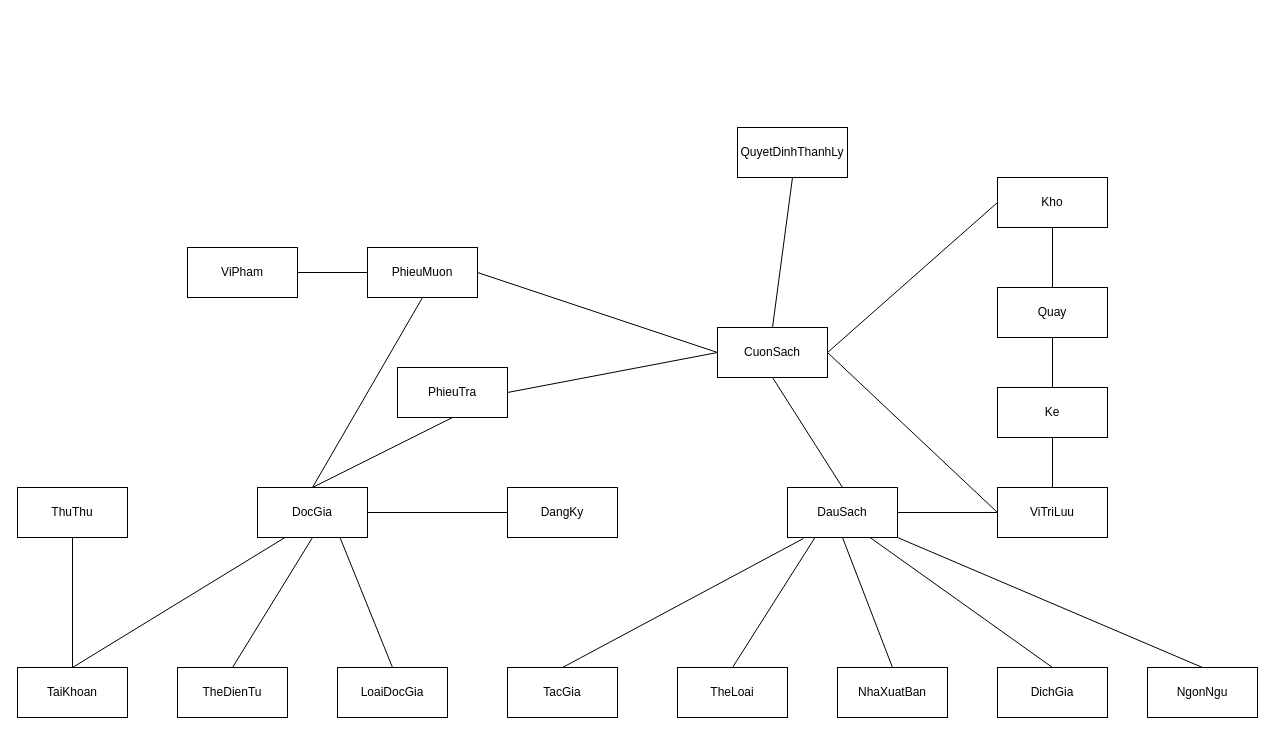
This is conceptualModel.drawio from TrinhHoa-23520508/class-diagram, a draw.io file, before an edit. Source tidied: cells renumbered, new cells numbered last; positions are measured from the earlier drawing's top-left corner, leaving out a move shared by most shapes. Both pictures are drawn from the tidied source at 100%, with x=0, y=0 at pixel (17, 127).
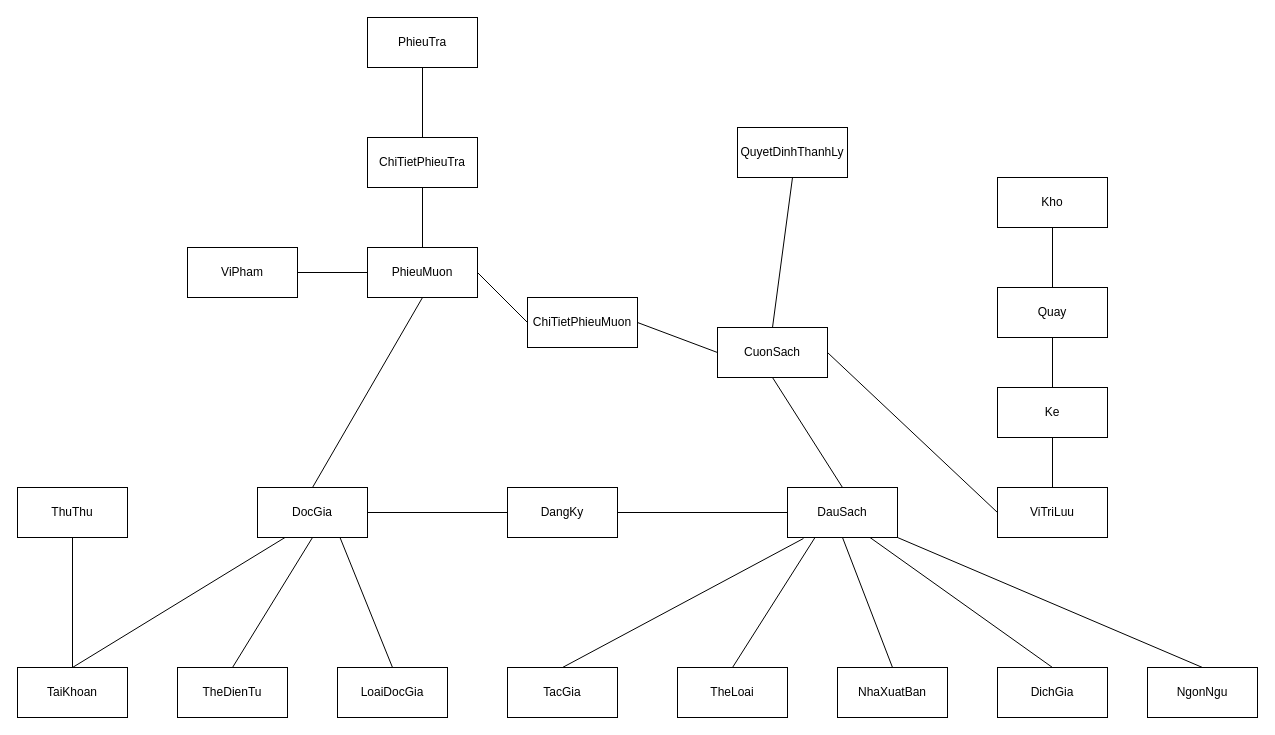
The same page after the edit.

Unchanged cells that the change refers to:
```xml
<mxCell id="3" value="DocGia" style="html=1;whiteSpace=wrap;" parent="1" vertex="1">
  <mxGeometry x="240" y="360" width="110" height="50" as="geometry" />
</mxCell>
<mxCell id="11" value="DauSach" style="html=1;whiteSpace=wrap;" parent="1" vertex="1">
  <mxGeometry x="770" y="360" width="110" height="50" as="geometry" />
</mxCell>
<mxCell id="12" value="CuonSach" style="html=1;whiteSpace=wrap;" parent="1" vertex="1">
  <mxGeometry x="700" y="200" width="110" height="50" as="geometry" />
</mxCell>
<mxCell id="18" value="Kho" style="html=1;whiteSpace=wrap;" parent="1" vertex="1">
  <mxGeometry x="980" y="50" width="110" height="50" as="geometry" />
</mxCell>
<mxCell id="19" value="ViTriLuu" style="html=1;whiteSpace=wrap;" parent="1" vertex="1">
  <mxGeometry x="980" y="360" width="110" height="50" as="geometry" />
</mxCell>
<mxCell id="22" value="PhieuMuon" style="html=1;whiteSpace=wrap;" parent="1" vertex="1">
  <mxGeometry x="350" y="120" width="110" height="50" as="geometry" />
</mxCell>
<mxCell id="24" value="DangKy" style="html=1;whiteSpace=wrap;" parent="1" vertex="1">
  <mxGeometry x="490" y="360" width="110" height="50" as="geometry" />
</mxCell>
```

What changed in the source:
```diff
@@
     <mxCell id="23" value="PhieuTra" style="html=1;whiteSpace=wrap;" parent="1" vertex="1">
-      <mxGeometry x="380" y="240" width="110" height="50" as="geometry" />
+      <mxGeometry x="350" y="-110" width="110" height="50" as="geometry" />
     </mxCell>
@@
-    <mxCell id="30" style="endArrow=none;html=1;rounded=0;exitX=0.5;exitY=0;exitDx=0;exitDy=0;entryX=0.5;entryY=1;entryDx=0;entryDy=0;" parent="1" edge="1" source="3" target="23">
-      <mxGeometry relative="1" as="geometry" />
-    </mxCell>
-    <mxCell id="31" style="endArrow=none;html=1;rounded=0;exitX=1;exitY=0.5;exitDx=0;exitDy=0;entryX=0;entryY=0.5;entryDx=0;entryDy=0;" parent="1" edge="1" source="22" target="12">
+    <mxCell id="31" style="endArrow=none;html=1;rounded=0;exitX=1;exitY=0.5;exitDx=0;exitDy=0;entryX=0;entryY=0.5;entryDx=0;entryDy=0;" parent="1" edge="1" source="22" target="48">
       <mxGeometry relative="1" as="geometry" />
     </mxCell>
-    <mxCell id="32" style="endArrow=none;html=1;rounded=0;exitX=1;exitY=0.5;exitDx=0;exitDy=0;entryX=0;entryY=0.5;entryDx=0;entryDy=0;" parent="1" edge="1" source="23" target="12">
-      <mxGeometry relative="1" as="geometry" />
-    </mxCell>
@@
-    <mxCell id="44" style="endArrow=none;html=1;rounded=0;entryX=0;entryY=0.5;entryDx=0;entryDy=0;exitX=1;exitY=0.5;exitDx=0;exitDy=0;" parent="1" edge="1" source="11" target="19">
-      <mxGeometry relative="1" as="geometry" />
-    </mxCell>
-    <mxCell id="45" style="endArrow=none;html=1;rounded=0;exitX=0;exitY=0.5;exitDx=0;exitDy=0;entryX=1;entryY=0.5;entryDx=0;entryDy=0;" parent="1" edge="1" source="18" target="12">
-      <mxGeometry relative="1" as="geometry" />
-    </mxCell>
+    <mxCell id="46" style="endArrow=none;html=1;rounded=0;exitX=0.5;exitY=1;exitDx=0;exitDy=0;entryX=0.5;entryY=0;entryDx=0;entryDy=0;" parent="1" edge="1" source="23" target="50">
+      <mxGeometry relative="1" as="geometry" />
+    </mxCell>
+    <mxCell id="47" style="endArrow=none;html=1;rounded=0;exitX=1;exitY=0.5;exitDx=0;exitDy=0;entryX=0;entryY=0.5;entryDx=0;entryDy=0;" parent="1" edge="1" source="24" target="11">
+      <mxGeometry relative="1" as="geometry" />
+    </mxCell>
+    <mxCell id="48" value="ChiTietPhieuMuon" style="html=1;whiteSpace=wrap;" parent="1" vertex="1">
+      <mxGeometry x="510" y="170" width="110" height="50" as="geometry" />
+    </mxCell>
+    <mxCell id="49" style="endArrow=none;html=1;rounded=0;exitX=1;exitY=0.5;exitDx=0;exitDy=0;entryX=0;entryY=0.5;entryDx=0;entryDy=0;" parent="1" edge="1" source="48" target="12">
+      <mxGeometry relative="1" as="geometry" />
+    </mxCell>
+    <mxCell id="50" value="ChiTietPhieuTra" style="html=1;whiteSpace=wrap;" parent="1" vertex="1">
+      <mxGeometry x="350" y="10" width="110" height="50" as="geometry" />
+    </mxCell>
+    <mxCell id="51" style="endArrow=none;html=1;rounded=0;exitX=0.5;exitY=0;exitDx=0;exitDy=0;entryX=0.5;entryY=1;entryDx=0;entryDy=0;" parent="1" edge="1" source="22" target="50">
+      <mxGeometry relative="1" as="geometry" />
+    </mxCell>
```
